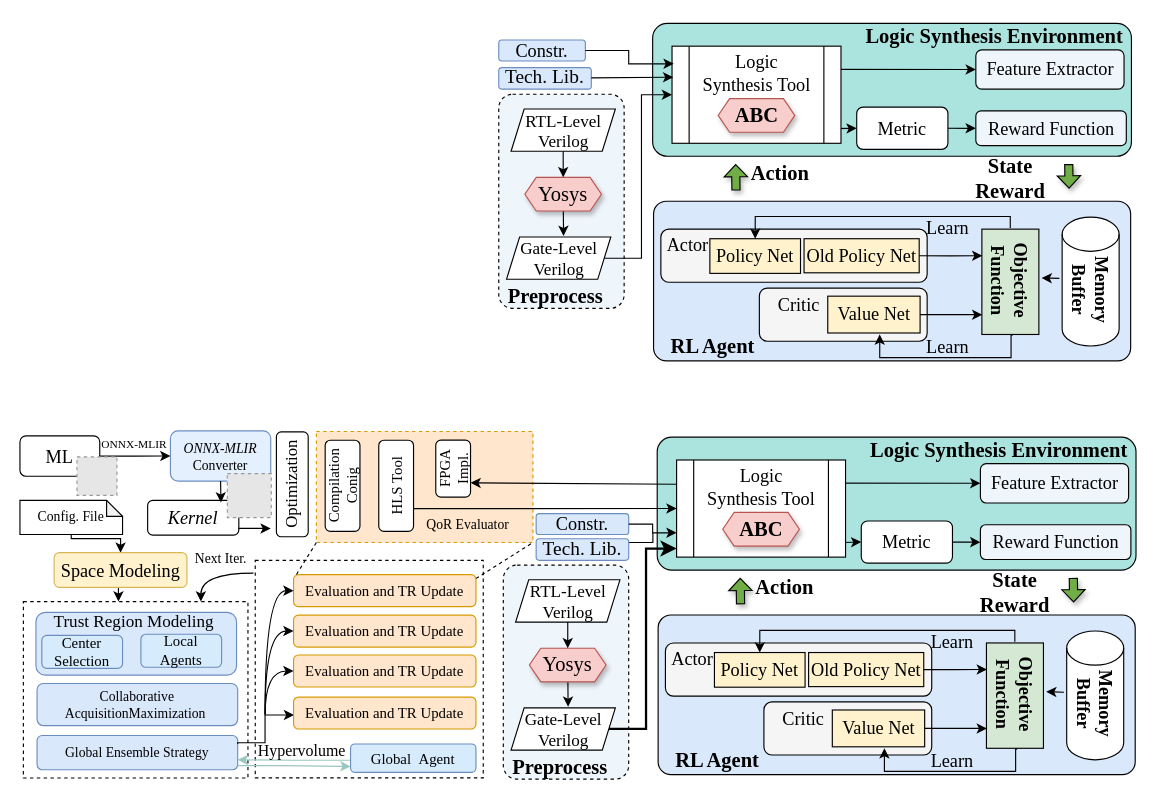
The draw.io diagram RL_framework.drawio in kxzhu0505/Delay-Padding-For-Multi-corner, before the edit. Source tidied: cells renumbered, new cells numbered last; positions are measured from the earlier drawing's top-left corner, leaving out a move shared by most shapes. Both pictures are drawn from the tidied source at 114%, with x=0, y=0 at pixel (19, 19). Pictures stored in the file or linked from it are replaced by grey dashed boxes.
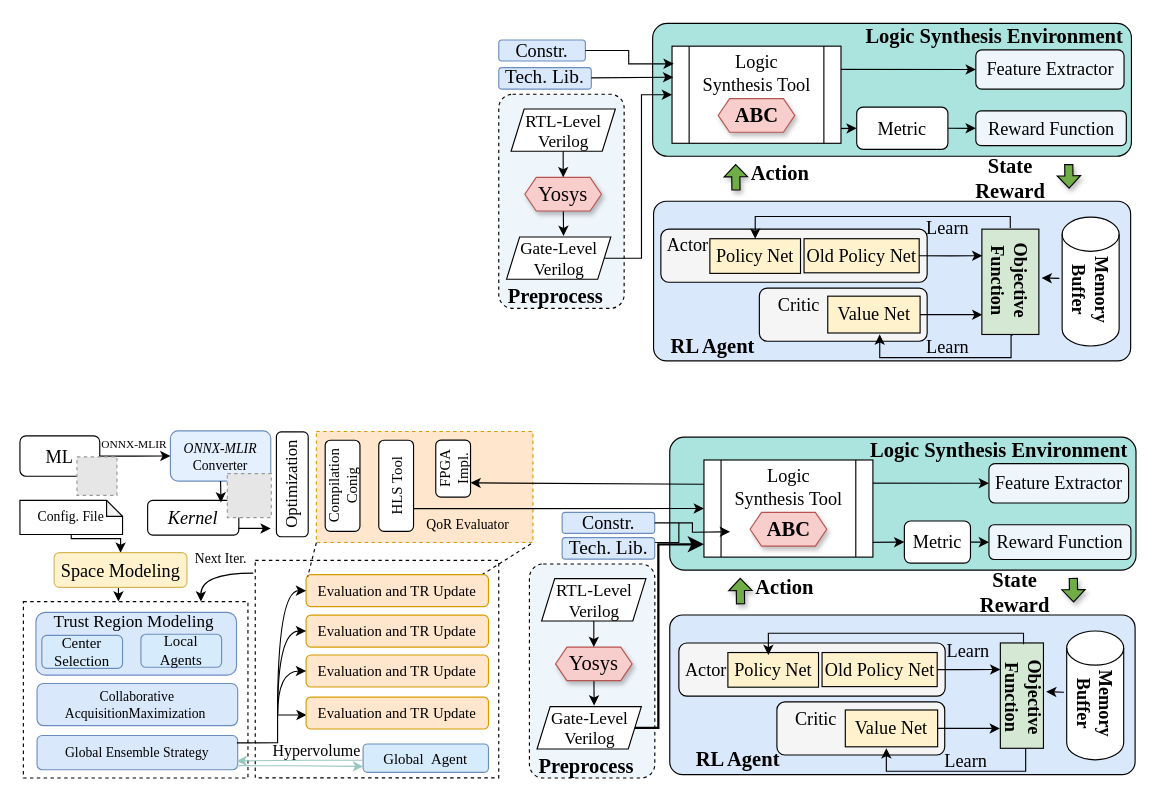
Above is the later version.

The change refers to these unchanged cells:
```xml
<mxCell id="25" value="&lt;font style=&quot;font-size: 16px;&quot;&gt;Policy Net&lt;/font&gt;" style="rounded=0;whiteSpace=wrap;html=1;strokeWidth=1;shadow=0;fontFamily=Times New Roman;fillColor=#fff2cc;strokeColor=#000000;" parent="22" vertex="1">
  <mxGeometry x="33" y="8.4" width="79.5" height="30.4" as="geometry" />
</mxCell>
<mxCell id="40" style="shape=process;whiteSpace=wrap;html=1;backgroundOutline=1;strokeWidth=1;fontFamily=Times New Roman;" parent="39" vertex="1">
  <mxGeometry width="148.2" height="85.2" as="geometry" />
</mxCell>
<mxCell id="123" value="&lt;p style=&quot;language:zh-CN;margin-top:0pt;margin-bottom:0pt;margin-left:0in;&amp;lt;br/&amp;gt;text-align:left;direction:ltr;unicode-bidi:embed;mso-line-break-override:none;&amp;lt;br/&amp;gt;word-break:normal;punctuation-wrap:hanging&quot;&gt;Global Ensemble Strategy&lt;/p&gt;" style="rounded=1;whiteSpace=wrap;html=1;fillColor=#dae8fc;strokeColor=#6c8ebf;fontFamily=Times New Roman;" parent="1" vertex="1">
  <mxGeometry x="15" y="627.7" width="176" height="30" as="geometry" />
</mxCell>
```

What changed in the source:
```diff
@@
     <mxCell id="2" style="rounded=1;whiteSpace=wrap;html=1;dashed=1;arcSize=11;fillColor=light-dark(#eef5fb, #ededed);fontFamily=Times New Roman;" parent="1" vertex="1">
-      <mxGeometry x="424" y="478.2" width="110" height="187.8" as="geometry" />
+      <mxGeometry x="446.9" y="477.2" width="110" height="187.8" as="geometry" />
     </mxCell>
     <mxCell id="3" style="rounded=1;whiteSpace=wrap;html=1;fillColor=#dae8fc;strokeColor=#000000;strokeWidth=1;shadow=0;fontFamily=Times New Roman;arcSize=8;" parent="1" vertex="1">
-      <mxGeometry x="559.8" y="522" width="418.5" height="140" as="geometry" />
+      <mxGeometry x="570" y="522" width="408.2" height="140" as="geometry" />
     </mxCell>
     <mxCell id="4" style="rounded=1;whiteSpace=wrap;html=1;fillColor=light-dark(#ABE3DE,#22282F);strokeColor=#000000;strokeWidth=1;shadow=0;fontFamily=Times New Roman;arcSize=11;" parent="1" vertex="1">
-      <mxGeometry x="559" y="366" width="420" height="116.6" as="geometry" />
+      <mxGeometry x="570" y="366" width="409" height="116.6" as="geometry" />
     </mxCell>
     <mxCell id="5" value="&lt;font style=&quot;color: rgb(0, 0, 0); font-size: 16px;&quot;&gt;Feature Extractor&lt;/font&gt;" style="rounded=1;whiteSpace=wrap;html=1;strokeWidth=1;shadow=0;fontFamily=Times New Roman;fillColor=light-dark(#eef5fb, #ededed);" parent="1" vertex="1">
-      <mxGeometry x="842.5" y="389.2" width="130" height="34.5" as="geometry" />
+      <mxGeometry x="850" y="389.2" width="122.5" height="34.5" as="geometry" />
     </mxCell>
@@
     <mxCell id="7" value="&lt;font style=&quot;font-size: 16px; color: rgb(0, 0, 0);&quot;&gt;Metric&lt;/font&gt;" style="rounded=1;whiteSpace=wrap;html=1;strokeWidth=1;fontFamily=Times New Roman;" parent="1" vertex="1">
-      <mxGeometry x="738" y="439.5" width="80" height="37" as="geometry" />
+      <mxGeometry x="775.8" y="439.5" width="58" height="37" as="geometry" />
     </mxCell>
     <mxCell id="8" value="&lt;font style=&quot;color: rgb(0, 0, 0); font-size: 16px;&quot;&gt;Reward Function&lt;/font&gt;" style="rounded=1;whiteSpace=wrap;html=1;strokeWidth=1;shadow=0;fontFamily=Times New Roman;fillColor=light-dark(#eef5fb, #ededed);" parent="1" vertex="1">
-      <mxGeometry x="842.5" y="442.8" width="132" height="30.5" as="geometry" />
+      <mxGeometry x="850" y="442.8" width="124.5" height="30.5" as="geometry" />
     </mxCell>
@@
     <mxCell id="13" style="edgeStyle=orthogonalEdgeStyle;rounded=0;orthogonalLoop=1;jettySize=auto;html=1;exitX=1;exitY=0.5;exitDx=0;exitDy=0;endArrow=none;endFill=0;" parent="1" edge="1">
       <mxGeometry relative="1" as="geometry">
-        <mxPoint x="529.2" y="458.4" as="sourcePoint" />
-        <mxPoint x="555.2" y="450.1" as="targetPoint" />
+        <mxPoint x="552.1" y="458.4" as="sourcePoint" />
+        <mxPoint x="578" y="441" as="targetPoint" />
         <Array as="points">
-          <mxPoint x="555.2" y="458.1" />
+          <mxPoint x="578.1" y="458.1" />
         </Array>
       </mxGeometry>
     </mxCell>
     <mxCell id="14" value="&lt;font style=&quot;color: rgb(0, 0, 0);&quot;&gt;&lt;span style=&quot;font-size: 17px;&quot;&gt;Tech. Lib.&lt;/span&gt;&lt;/font&gt;" style="rounded=1;whiteSpace=wrap;html=1;fillColor=#dae8fc;strokeColor=#6c8ebf;strokeWidth=1;shadow=0;rotation=0;fontFamily=Times New Roman;" parent="1" vertex="1">
-      <mxGeometry x="452.8" y="455.1" width="81.2" height="18.9" as="geometry" />
+      <mxGeometry x="475.6" y="454.1" width="81.2" height="18.9" as="geometry" />
     </mxCell>
     <mxCell id="15" value="&lt;font style=&quot;font-size: 16px; color: rgb(0, 0, 0);&quot;&gt;Constr.&lt;/font&gt;" style="rounded=1;whiteSpace=wrap;html=1;fillColor=#dae8fc;strokeColor=#6c8ebf;strokeWidth=1;shadow=0;rotation=0;fontFamily=Times New Roman;" parent="1" vertex="1">
-      <mxGeometry x="452.8" y="433" width="81.2" height="18.4" as="geometry" />
+      <mxGeometry x="475.6" y="432" width="81.2" height="18.4" as="geometry" />
     </mxCell>
@@
-    <mxCell id="18" value="&lt;b style=&quot;font-size: 18px;&quot;&gt;&lt;font style=&quot;color: rgb(0, 0, 0);&quot;&gt;RL Agent&lt;/font&gt;&lt;/b&gt;" style="text;html=1;align=center;verticalAlign=middle;whiteSpace=wrap;rounded=0;fontFamily=Times New Roman;" parent="1" vertex="1">
-      <mxGeometry x="561.5" y="634.7" width="100" height="30" as="geometry" />
-    </mxCell>
@@
     <mxCell id="20" style="group;fillColor=#d5e8d4;strokeColor=#000000;strokeWidth=1;fontFamily=Times New Roman;" parent="1" vertex="1">
-      <mxGeometry x="847.8" y="546.5" width="50" height="92.4" as="geometry" />
+      <mxGeometry x="860" y="546.5" width="37.8" height="92.4" as="geometry" />
     </mxCell>
     <mxCell id="21" value="&lt;font style=&quot;font-size: 16px;&quot;&gt;&lt;b style=&quot;&quot;&gt;Objective&lt;/b&gt;&lt;/font&gt;&lt;div style=&quot;&quot;&gt;&lt;b style=&quot;&quot;&gt;&lt;font style=&quot;font-size: 16px;&quot;&gt;Function&lt;/font&gt;&lt;/b&gt;&lt;/div&gt;" style="text;html=1;align=center;verticalAlign=middle;whiteSpace=wrap;rounded=0;direction=south;rotation=90;fontFamily=Times New Roman;" parent="1" vertex="1">
-      <mxGeometry x="826.2" y="579.4" width="93" height="25" as="geometry" />
+      <mxGeometry x="833.8" y="581.6" width="93" height="25" as="geometry" />
     </mxCell>
     <mxCell id="22" style="group;fontFamily=Times New Roman;" parent="1" vertex="1">
-      <mxGeometry x="576.2" y="546.5" width="223.6" height="46.6" as="geometry" />
+      <mxGeometry x="588" y="546.5" width="223.6" height="46.6" as="geometry" />
     </mxCell>
@@
     <mxCell id="27" value="&lt;font style=&quot;font-size: 16px;&quot;&gt;Actor&lt;/font&gt;" style="text;html=1;align=center;verticalAlign=middle;whiteSpace=wrap;rounded=0;fontFamily=Times New Roman;" parent="22" vertex="1">
-      <mxGeometry x="-16.5" y="3" width="60" height="20" as="geometry" />
+      <mxGeometry x="-16.5" y="13.3" width="60" height="20" as="geometry" />
     </mxCell>
     <mxCell id="28" style="group;fontFamily=Times New Roman;" parent="1" vertex="1">
-      <mxGeometry x="642.6" y="598.2" width="157.2" height="46.6" as="geometry" />
+      <mxGeometry x="642.6" y="598.2" width="157.2" height="69.4" as="geometry" />
     </mxCell>
     <mxCell id="29" style="rounded=1;whiteSpace=wrap;html=1;strokeWidth=1;fillColor=#f5f5f5;fontFamily=Times New Roman;fontColor=#333333;strokeColor=#000000;" parent="28" vertex="1">
-      <mxGeometry x="10" width="147.2" height="46.6" as="geometry" />
+      <mxGeometry x="21.4" width="147.2" height="46.6" as="geometry" />
     </mxCell>
     <mxCell id="30" style="edgeStyle=orthogonalEdgeStyle;rounded=0;jettySize=auto;html=1;fontFamily=Times New Roman;" parent="28" edge="1" source="31">
       <mxGeometry relative="1" as="geometry">
-        <mxPoint x="205.6" y="23.3" as="targetPoint" />
+        <mxPoint x="217" y="23.3" as="targetPoint" />
       </mxGeometry>
     </mxCell>
     <mxCell id="31" value="&lt;font style=&quot;font-size: 16px;&quot;&gt;Value Net&lt;/font&gt;" style="rounded=0;whiteSpace=wrap;html=1;strokeWidth=1;shadow=0;fontFamily=Times New Roman;fillColor=#fff2cc;strokeColor=#000000;" parent="28" vertex="1">
-      <mxGeometry x="70" y="7.1" width="81" height="32.3" as="geometry" />
+      <mxGeometry x="81.4" y="7.1" width="81" height="32.3" as="geometry" />
     </mxCell>
     <mxCell id="32" value="&lt;font style=&quot;font-size: 16px;&quot;&gt;Critic&lt;/font&gt;" style="text;html=1;align=center;verticalAlign=middle;whiteSpace=wrap;rounded=0;fontFamily=Times New Roman;" parent="28" vertex="1">
-      <mxGeometry x="19" width="51" height="30" as="geometry" />
+      <mxGeometry x="30.4" width="51" height="30" as="geometry" />
     </mxCell>
-    <mxCell id="33" style="endArrow=classic;html=1;rounded=0;strokeWidth=1;edgeStyle=orthogonalEdgeStyle;fontFamily=Times New Roman;entryX=0.5;entryY=0;entryDx=0;entryDy=0;exitX=0.5;exitY=1;exitDx=0;exitDy=0;" parent="1" edge="1" source="21" target="25">
-      <mxGeometry relative="1" as="geometry" />
+    <mxCell id="33" style="endArrow=classic;html=1;rounded=0;strokeWidth=1;edgeStyle=orthogonalEdgeStyle;fontFamily=Times New Roman;entryX=0.5;entryY=0;entryDx=0;entryDy=0;exitX=0.5;exitY=1;exitDx=0;exitDy=0;" parent="1" edge="1" source="21">
+      <mxGeometry relative="1" as="geometry">
+        <mxPoint x="656.5" y="557.1" as="targetPoint" />
+        <Array as="points">
+          <mxPoint x="880" y="538" />
+          <mxPoint x="657" y="538" />
+          <mxPoint x="657" y="557" />
+        </Array>
+      </mxGeometry>
     </mxCell>
@@
     <mxCell id="37" value="&lt;font style=&quot;font-size: 16px;&quot;&gt;Learn&lt;/font&gt;" style="text;html=1;align=center;verticalAlign=middle;whiteSpace=wrap;rounded=0;fontFamily=Times New Roman;" parent="1" vertex="1">
-      <mxGeometry x="788.2" y="529.5" width="60" height="30" as="geometry" />
+      <mxGeometry x="802" y="537.8" width="60" height="30" as="geometry" />
     </mxCell>
     <mxCell id="38" value="&lt;font style=&quot;font-size: 16px;&quot;&gt;Learn&lt;/font&gt;" style="text;html=1;align=center;verticalAlign=middle;whiteSpace=wrap;rounded=0;fontFamily=Times New Roman;" parent="1" vertex="1">
-      <mxGeometry x="788.2" y="634.7" width="60" height="30" as="geometry" />
+      <mxGeometry x="799.6" y="634.7" width="60" height="30" as="geometry" />
     </mxCell>
     <mxCell id="39" style="group;fontFamily=Times New Roman;" parent="1" vertex="1">
-      <mxGeometry x="576" y="386" width="148.2" height="85.2" as="geometry" />
+      <mxGeometry x="600" y="386" width="148.2" height="85.2" as="geometry" />
     </mxCell>
@@
     <mxCell id="45" value="&lt;span style=&quot;font-size: 18px;&quot;&gt;Yosys&lt;/span&gt;" style="shape=hexagon;perimeter=hexagonPerimeter2;whiteSpace=wrap;html=1;fixedSize=1;fillColor=#f8cecc;strokeColor=#b85450;strokeWidth=1;shadow=1;rounded=0;size=10;fontFamily=Times New Roman;" parent="1" vertex="1">
-      <mxGeometry x="446.9" y="551.1" width="67.2" height="29.5" as="geometry" />
+      <mxGeometry x="469.8" y="550.1" width="67.2" height="29.5" as="geometry" />
     </mxCell>
-    <mxCell id="46" style="edgeStyle=orthogonalEdgeStyle;rounded=0;jettySize=auto;html=1;entryX=0;entryY=0.912;entryDx=0;entryDy=0;endSize=8;jumpSize=8;strokeWidth=2;fontFamily=Times New Roman;entryPerimeter=0;" parent="1" edge="1" source="47" target="40">
-      <mxGeometry relative="1" as="geometry" />
+    <mxCell id="46" style="edgeStyle=orthogonalEdgeStyle;rounded=0;jettySize=auto;html=1;endSize=8;jumpSize=8;strokeWidth=2;fontFamily=Times New Roman;" parent="1" edge="1" source="47">
+      <mxGeometry relative="1" as="geometry">
+        <mxPoint x="600" y="460" as="targetPoint" />
+        <Array as="points">
+          <mxPoint x="560" y="621" />
+          <mxPoint x="560" y="460" />
+        </Array>
+      </mxGeometry>
     </mxCell>
     <mxCell id="47" value="&lt;font style=&quot;font-size: 15px;&quot;&gt;Gate-&lt;span style=&quot;background-color: initial;&quot;&gt;Level&lt;/span&gt;&lt;/font&gt;&lt;div style=&quot;&quot;&gt;&lt;font style=&quot;font-size: 15px;&quot;&gt;Verilog&lt;/font&gt;&lt;/div&gt;" style="shape=parallelogram;perimeter=parallelogramPerimeter;whiteSpace=wrap;html=1;fixedSize=1;size=11.5;fontFamily=Times New Roman;" parent="1" vertex="1">
-      <mxGeometry x="430.8" y="603.4" width="91.5" height="37.1" as="geometry" />
+      <mxGeometry x="453.6" y="602.4" width="91.5" height="37.1" as="geometry" />
     </mxCell>
     <mxCell id="48" value="&lt;font&gt;&lt;span style=&quot;font-size: 15px;&quot;&gt;RTL-Level&lt;/span&gt;&lt;/font&gt;&lt;div&gt;&lt;font&gt;&lt;span style=&quot;font-size: 15px;&quot;&gt;Verilog&lt;/span&gt;&lt;/font&gt;&lt;/div&gt;" style="shape=parallelogram;perimeter=parallelogramPerimeter;whiteSpace=wrap;html=1;fixedSize=1;size=11.5;fontFamily=Times New Roman;" parent="1" vertex="1">
-      <mxGeometry x="434.8" y="491.1" width="91.5" height="37.1" as="geometry" />
+      <mxGeometry x="457.6" y="490.1" width="91.5" height="37.1" as="geometry" />
     </mxCell>
@@
-    <mxCell id="50" style="edgeStyle=orthogonalEdgeStyle;rounded=0;jettySize=auto;html=1;entryX=0;entryY=0.75;entryDx=0;entryDy=0;fontFamily=Times New Roman;" parent="1" edge="1" source="15" target="40">
-      <mxGeometry relative="1" as="geometry" />
+    <mxCell id="50" style="edgeStyle=orthogonalEdgeStyle;rounded=0;jettySize=auto;html=1;entryX=0;entryY=0.75;entryDx=0;entryDy=0;fontFamily=Times New Roman;" parent="1" edge="1" source="15">
+      <mxGeometry relative="1" as="geometry">
+        <mxPoint x="622.9" y="448.9" as="targetPoint" />
+      </mxGeometry>
     </mxCell>
     <mxCell id="51" value="&lt;font&gt;&lt;span style=&quot;font-size: 18px;&quot;&gt;&lt;b&gt;Preprocess&lt;/b&gt;&lt;/span&gt;&lt;/font&gt;" style="text;html=1;align=center;verticalAlign=middle;whiteSpace=wrap;rounded=0;fontFamily=Times New Roman;" parent="1" vertex="1">
-      <mxGeometry x="424" y="640.5" width="100" height="30" as="geometry" />
+      <mxGeometry x="446.9" y="639.5" width="100" height="30" as="geometry" />
     </mxCell>
-    <mxCell id="52" style="edgeStyle=orthogonalEdgeStyle;rounded=0;orthogonalLoop=1;jettySize=auto;html=1;entryX=0.5;entryY=1;entryDx=0;entryDy=0;fontFamily=Times New Roman;" parent="1" edge="1">
+    <mxCell id="52" style="edgeStyle=orthogonalEdgeStyle;rounded=0;jettySize=auto;html=1;entryX=0.5;entryY=1;entryDx=0;entryDy=0;fontFamily=Times New Roman;exitX=0.424;exitY=0.022;exitDx=0;exitDy=0;exitPerimeter=0;" parent="1" edge="1" source="21">
       <mxGeometry relative="1" as="geometry">
-        <mxPoint x="874.7" y="639.6" as="sourcePoint" />
-        <mxPoint x="758.3" y="638.8" as="targetPoint" />
+        <mxPoint x="760" y="638.8" as="targetPoint" />
         <Array as="points">
-          <mxPoint x="873.4" y="659.2" />
-          <mxPoint x="758.4" y="659.2" />
+          <mxPoint x="882" y="659" />
+          <mxPoint x="760" y="659" />
         </Array>
       </mxGeometry>
     </mxCell>
@@
     <mxCell id="115" style="edgeStyle=orthogonalEdgeStyle;curved=1;rounded=0;jettySize=auto;html=1;entryX=0;entryY=0.5;entryDx=0;entryDy=0;" parent="1" edge="1" target="130">
       <mxGeometry relative="1" as="geometry">
-        <mxPoint x="220" y="610" as="sourcePoint" />
+        <mxPoint x="231" y="610" as="sourcePoint" />
         <Array as="points">
-          <mxPoint x="220" y="571" />
+          <mxPoint x="231" y="571" />
         </Array>
       </mxGeometry>
     </mxCell>
     <mxCell id="116" style="rounded=0;whiteSpace=wrap;html=1;dashed=1;" parent="1" vertex="1">
-      <mxGeometry x="206.4" y="474" width="200" height="190.8" as="geometry" />
+      <mxGeometry x="206.4" y="474" width="213.6" height="190.8" as="geometry" />
     </mxCell>
@@
     <mxCell id="124" value="&lt;p style=&quot;margin-top: 0pt; margin-bottom: 0pt; margin-left: 0in; direction: ltr; unicode-bidi: embed; word-break: normal;&quot;&gt;&lt;font&gt;&lt;span style=&quot;font-size: 13px;&quot;&gt;Global&amp;nbsp;&amp;nbsp;&lt;/span&gt;&lt;/font&gt;&lt;span style=&quot;font-size: 13px; background-color: transparent; color: light-dark(rgb(0, 0, 0), rgb(255, 255, 255));&quot;&gt;Agent&lt;/span&gt;&lt;/p&gt;" style="rounded=1;whiteSpace=wrap;html=1;fillColor=#D6EBFC;strokeColor=#6c8ebf;fontFamily=Times New Roman;" parent="1" vertex="1">
-      <mxGeometry x="290" y="635.1" width="110" height="24.9" as="geometry" />
+      <mxGeometry x="301" y="635.1" width="110" height="24.9" as="geometry" />
     </mxCell>
     <mxCell id="125" style="edgeStyle=orthogonalEdgeStyle;rounded=0;jettySize=auto;html=1;exitX=-0.004;exitY=0.574;exitDx=0;exitDy=0;exitPerimeter=0;strokeColor=#9AC7BF;fontFamily=Times New Roman;" parent="1" edge="1" source="124">
       <mxGeometry relative="1" as="geometry">
-        <mxPoint x="191" y="649" as="targetPoint" />
+        <mxPoint x="190" y="650" as="targetPoint" />
         <Array as="points">
-          <mxPoint x="240" y="649" />
+          <mxPoint x="251" y="649" />
+          <mxPoint x="190" y="650" />
         </Array>
       </mxGeometry>
     </mxCell>
     <mxCell id="126" value="Hypervolume" style="text;whiteSpace=wrap;fontSize=14;fontFamily=Times New Roman;" parent="1" vertex="1">
-      <mxGeometry x="207.4" y="626.7" width="57" height="21.2" as="geometry" />
+      <mxGeometry x="220" y="626.7" width="57" height="21.2" as="geometry" />
     </mxCell>
-    <mxCell id="127" style="edgeStyle=orthogonalEdgeStyle;rounded=0;orthogonalLoop=1;jettySize=auto;html=1;strokeColor=#9AC7BF;fontFamily=Times New Roman;exitX=1;exitY=1;exitDx=0;exitDy=0;entryX=0;entryY=0.75;entryDx=0;entryDy=0;" parent="1" edge="1">
+    <mxCell id="127" style="edgeStyle=orthogonalEdgeStyle;rounded=0;jettySize=auto;html=1;strokeColor=#9AC7BF;fontFamily=Times New Roman;exitX=0.994;exitY=0.882;exitDx=0;exitDy=0;entryX=0;entryY=0.75;entryDx=0;entryDy=0;exitPerimeter=0;" parent="1" edge="1" source="123">
       <mxGeometry relative="1" as="geometry">
-        <mxPoint x="191" y="654.1" as="sourcePoint" />
-        <mxPoint x="290" y="654.8" as="targetPoint" />
+        <mxPoint x="301" y="654.8" as="targetPoint" />
         <Array as="points">
-          <mxPoint x="231" y="654" />
-          <mxPoint x="290" y="655" />
+          <mxPoint x="242" y="654" />
         </Array>
       </mxGeometry>
     </mxCell>
-    <mxCell id="128" style="edgeStyle=orthogonalEdgeStyle;rounded=0;jettySize=auto;html=1;exitX=1;exitY=0.25;exitDx=0;exitDy=0;entryX=0.003;entryY=0.56;entryDx=0;entryDy=0;entryPerimeter=0;" parent="1" edge="1" source="123" target="129">
+    <mxCell id="128" style="edgeStyle=orthogonalEdgeStyle;rounded=0;jettySize=auto;html=1;exitX=0.996;exitY=0.213;exitDx=0;exitDy=0;entryX=0.003;entryY=0.56;entryDx=0;entryDy=0;entryPerimeter=0;exitPerimeter=0;" parent="1" edge="1" source="123" target="129">
       <mxGeometry relative="1" as="geometry">
         <Array as="points">
-          <mxPoint x="191" y="634" />
-          <mxPoint x="215" y="634" />
-          <mxPoint x="215" y="610" />
+          <mxPoint x="202" y="634" />
+          <mxPoint x="226" y="634" />
+          <mxPoint x="226" y="610" />
         </Array>
       </mxGeometry>
     </mxCell>
     <mxCell id="129" value="&lt;p style=&quot;margin-top: 0pt; margin-bottom: 0pt; margin-left: 0in; direction: ltr; unicode-bidi: embed; word-break: normal;&quot;&gt;&lt;span style=&quot;font-size: 13px;&quot;&gt;Evaluation and TR Update&lt;/span&gt;&lt;/p&gt;" style="rounded=1;whiteSpace=wrap;html=1;fillColor=#ffe6cc;strokeColor=#d79b00;fontFamily=Times New Roman;" parent="1" vertex="1">
-      <mxGeometry x="240" y="594" width="160" height="28" as="geometry" />
+      <mxGeometry x="251" y="594" width="160" height="28" as="geometry" />
     </mxCell>
     <mxCell id="130" value="&lt;p style=&quot;margin-top: 0pt; margin-bottom: 0pt; margin-left: 0in; direction: ltr; unicode-bidi: embed; word-break: normal;&quot;&gt;&lt;span style=&quot;font-size: 13px;&quot;&gt;Evaluation and TR Update&lt;/span&gt;&lt;/p&gt;" style="rounded=1;whiteSpace=wrap;html=1;fillColor=#ffe6cc;strokeColor=#d79b00;fontFamily=Times New Roman;" parent="1" vertex="1">
-      <mxGeometry x="240" y="557.1" width="160" height="28" as="geometry" />
+      <mxGeometry x="251" y="557.1" width="160" height="28" as="geometry" />
     </mxCell>
     <mxCell id="131" value="&lt;p style=&quot;margin-top: 0pt; margin-bottom: 0pt; margin-left: 0in; direction: ltr; unicode-bidi: embed; word-break: normal;&quot;&gt;&lt;span style=&quot;font-size: 13px;&quot;&gt;Evaluation and TR Update&lt;/span&gt;&lt;/p&gt;" style="rounded=1;whiteSpace=wrap;html=1;fillColor=#ffe6cc;strokeColor=#d79b00;fontFamily=Times New Roman;" parent="1" vertex="1">
-      <mxGeometry x="240" y="522.1" width="160" height="28" as="geometry" />
+      <mxGeometry x="251" y="522.1" width="160" height="28" as="geometry" />
     </mxCell>
@@
     <mxCell id="133" value="&lt;p style=&quot;margin-top: 0pt; margin-bottom: 0pt; margin-left: 0in; direction: ltr; unicode-bidi: embed; word-break: normal;&quot;&gt;&lt;span style=&quot;font-size: 13px;&quot;&gt;Evaluation and TR Update&lt;/span&gt;&lt;/p&gt;" style="rounded=1;whiteSpace=wrap;html=1;fillColor=#ffe6cc;strokeColor=#d79b00;fontFamily=Times New Roman;" parent="1" vertex="1">
-      <mxGeometry x="240" y="486.6" width="160" height="28" as="geometry" />
+      <mxGeometry x="251" y="486.6" width="160" height="28" as="geometry" />
     </mxCell>
@@
     <mxCell id="146" style="endArrow=classic;html=1;rounded=0;entryX=0;entryY=0.5;entryDx=0;entryDy=0;edgeStyle=orthogonalEdgeStyle;curved=1;" parent="1" edge="1" target="130">
       <mxGeometry relative="1" as="geometry">
-        <mxPoint x="215" y="610" as="sourcePoint" />
+        <mxPoint x="226" y="610" as="sourcePoint" />
         <Array as="points">
-          <mxPoint x="215" y="571" />
+          <mxPoint x="226" y="571" />
         </Array>
       </mxGeometry>
     </mxCell>
     <mxCell id="147" style="endArrow=classic;html=1;rounded=0;entryX=0;entryY=0.5;entryDx=0;entryDy=0;edgeStyle=orthogonalEdgeStyle;curved=1;" parent="1" edge="1" target="131">
       <mxGeometry relative="1" as="geometry">
-        <mxPoint x="215" y="609" as="sourcePoint" />
+        <mxPoint x="226" y="609" as="sourcePoint" />
         <Array as="points">
-          <mxPoint x="215" y="536" />
-          <mxPoint x="240" y="536" />
+          <mxPoint x="226" y="536" />
+          <mxPoint x="251" y="536" />
         </Array>
       </mxGeometry>
     </mxCell>
     <mxCell id="148" style="endArrow=classic;html=1;rounded=0;entryX=0;entryY=0.5;entryDx=0;entryDy=0;edgeStyle=orthogonalEdgeStyle;curved=1;" parent="1" edge="1" target="133">
       <mxGeometry relative="1" as="geometry">
-        <mxPoint x="215" y="609" as="sourcePoint" />
+        <mxPoint x="226" y="609" as="sourcePoint" />
         <Array as="points">
-          <mxPoint x="215" y="500" />
-          <mxPoint x="240" y="500" />
+          <mxPoint x="226" y="500" />
+          <mxPoint x="251" y="500" />
         </Array>
       </mxGeometry>
     </mxCell>
@@
+    <mxCell id="18" value="&lt;b style=&quot;font-size: 18px;&quot;&gt;&lt;font style=&quot;color: rgb(0, 0, 0);&quot;&gt;RL Agent&lt;/font&gt;&lt;/b&gt;" style="text;html=1;align=center;verticalAlign=middle;whiteSpace=wrap;rounded=0;fontFamily=Times New Roman;" parent="1" vertex="1">
+      <mxGeometry x="580" y="634.2" width="100" height="30" as="geometry" />
+    </mxCell>
```
